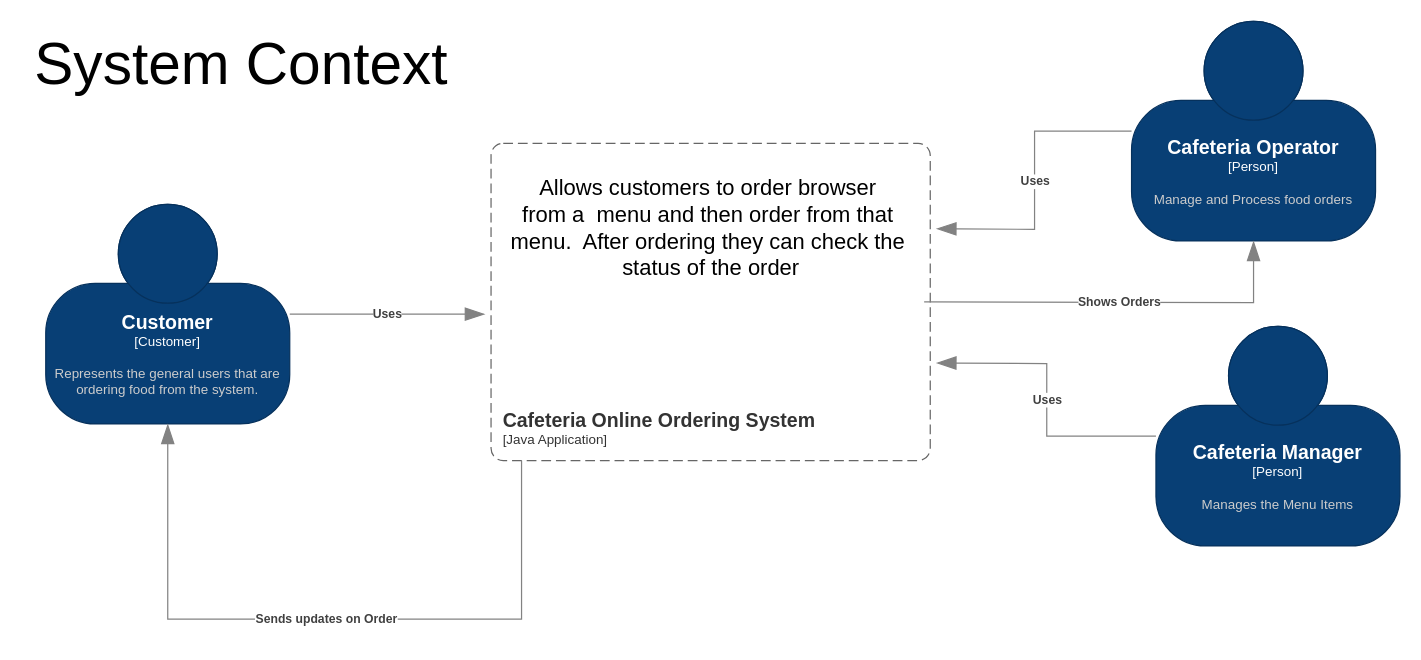
Before: page "Page-1" (1 of 3) of SystemContext.drawio in EstevanPerezASU/PsycheSurfaceDataVR, a draw.io diagram. Source tidied: cells renumbered, new cells numbered last; positions are measured from the earlier drawing's top-left corner, leaving out a move shared by most shapes. Both pictures are drawn from the tidied source at 122%, with x=0, y=0 at pixel (21, 21).
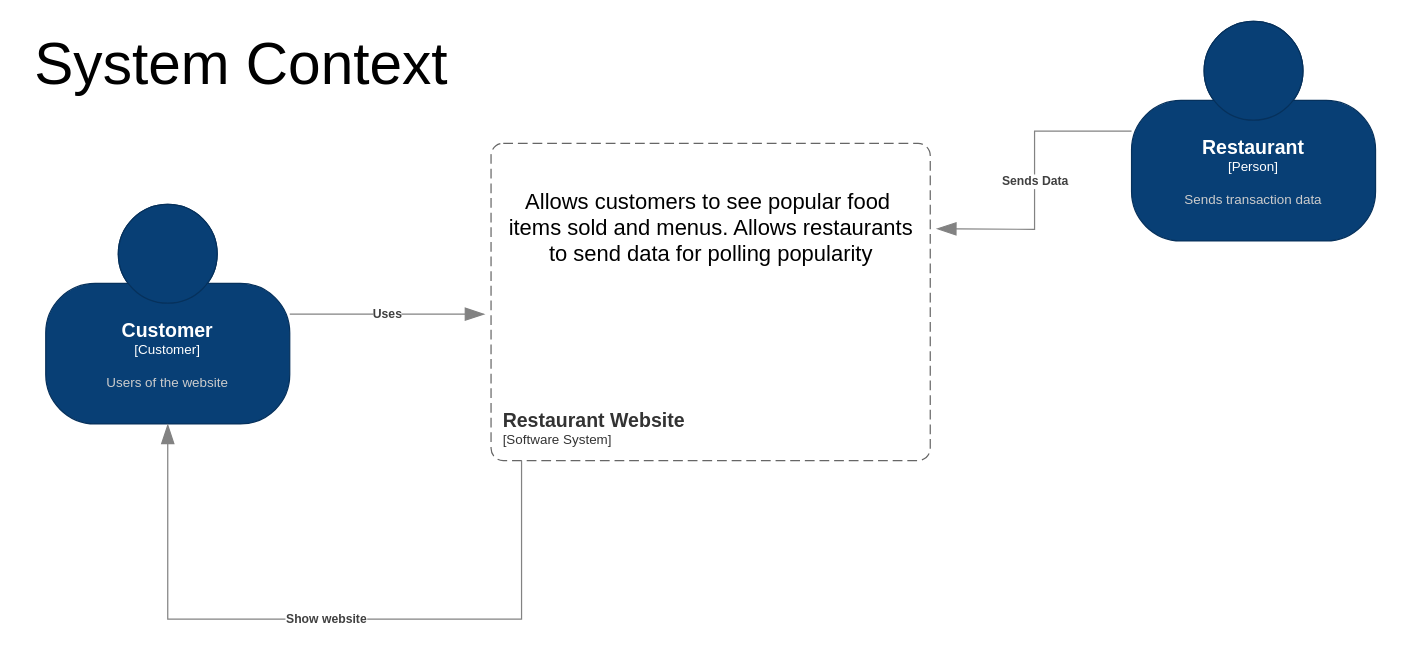
The same page after the edit.

What changed in the source:
```diff
@@
-    <object id="2" label="&lt;font style=&quot;font-size: 16px&quot;&gt;&lt;b&gt;%c4Name%&lt;/b&gt;&lt;/font&gt;&lt;div&gt;[%c4Type%]&lt;/div&gt;&lt;br&gt;&lt;div&gt;&lt;font style=&quot;font-size: 11px&quot;&gt;&lt;font color=&quot;#cccccc&quot;&gt;%c4Description%&lt;/font&gt;&lt;/div&gt;" c4Description="Represents the general users that are ordering food from the system." c4Name="Customer" c4Type="Customer" placeholders="1">
+    <object id="2" label="&lt;font style=&quot;font-size: 16px&quot;&gt;&lt;b&gt;%c4Name%&lt;/b&gt;&lt;/font&gt;&lt;div&gt;[%c4Type%]&lt;/div&gt;&lt;br&gt;&lt;div&gt;&lt;font style=&quot;font-size: 11px&quot;&gt;&lt;font color=&quot;#cccccc&quot;&gt;%c4Description%&lt;/font&gt;&lt;/div&gt;" c4Description="Users of the website" c4Name="Customer" c4Type="Customer" placeholders="1">
       <mxCell style="html=1;fontSize=11;dashed=0;whiteSpace=wrap;fillColor=#083F75;strokeColor=#06315C;fontColor=#ffffff;shape=mxgraph.c4.person2;align=center;points=[[0.5,0,0],[1,0.5,0],[1,0.75,0],[0.75,1,0],[0.5,1,0],[0.25,1,0],[0,0.75,0],[0,0.5,0]];" parent="1" vertex="1">
         <mxGeometry x="20" y="150" width="200" height="180" as="geometry" />
       </mxCell>
     </object>
-    <object id="3" label="&lt;font style=&quot;font-size: 16px&quot;&gt;&lt;b&gt;&lt;div style=&quot;text-align: left&quot;&gt;%c4Name%&lt;/div&gt;&lt;/b&gt;&lt;/font&gt;&lt;div style=&quot;text-align: left&quot;&gt;[%c4Application%]&lt;/div&gt;" c4Application="Java Application" c4Name="Cafeteria Online Ordering System" placeholders="1">
+    <object id="3" label="&lt;font style=&quot;font-size: 16px&quot;&gt;&lt;b&gt;&lt;div style=&quot;text-align: left&quot;&gt;%c4Name%&lt;/div&gt;&lt;/b&gt;&lt;/font&gt;&lt;div style=&quot;text-align: left&quot;&gt;[%c4Application%]&lt;/div&gt;" c4Application="Software System" c4Name="Restaurant Website" placeholders="1">
       <mxCell style="rounded=1;fontSize=11;whiteSpace=wrap;html=1;dashed=1;arcSize=20;fillColor=none;strokeColor=#666666;fontColor=#333333;labelBackgroundColor=none;align=left;verticalAlign=bottom;labelBorderColor=none;spacingTop=0;spacing=10;dashPattern=8 4;perimeter=rectanglePerimeter;noLabel=0;labelPadding=0;absoluteArcSize=1;" parent="1" vertex="1">
         <mxGeometry x="385" y="100" width="360" height="260" as="geometry" />
       </mxCell>
     </object>
@@
-    <object id="5" label="&lt;div style=&quot;text-align: left&quot;&gt;&lt;div style=&quot;text-align: center&quot;&gt;&lt;b&gt;%c4Description%&lt;/b&gt;&lt;/div&gt;" c4Description="Sends updates on Order" placeholders="1">
+    <object id="5" label="&lt;div style=&quot;text-align: left&quot;&gt;&lt;div style=&quot;text-align: center&quot;&gt;&lt;b&gt;%c4Description%&lt;/b&gt;&lt;/div&gt;" c4Description="Show website" placeholders="1">
       <mxCell style="endArrow=blockThin;html=1;fontSize=10;fontColor=#404040;strokeWidth=1;endFill=1;strokeColor=#828282;elbow=vertical;endSize=14;startSize=14;jumpStyle=arc;jumpSize=16;rounded=0;edgeStyle=orthogonalEdgeStyle;entryX=0.5;entryY=1;entryDx=0;entryDy=0;entryPerimeter=0;" parent="1" edge="1" target="2">
         <mxGeometry relative="1" as="geometry">
           <mxPoint x="410" y="360" as="sourcePoint" />
           <Array as="points">
             <mxPoint x="410" y="360" />
             <mxPoint x="410" y="490" />
             <mxPoint x="120" y="490" />
           </Array>
         </mxGeometry>
       </mxCell>
     </object>
@@
-    <mxCell id="7" value="&lt;div&gt;&lt;font style=&quot;font-size: 18px;&quot;&gt;Allows customers to order browser&amp;nbsp;&lt;/font&gt;&lt;/div&gt;&lt;div&gt;&lt;font style=&quot;font-size: 18px;&quot;&gt;from a&amp;nbsp; menu &lt;/font&gt;&lt;font style=&quot;font-size: 18px;&quot;&gt;and then order from that&amp;nbsp;&lt;/font&gt;&lt;/div&gt;&lt;div&gt;&lt;font style=&quot;font-size: 18px;&quot;&gt;menu.&amp;nbsp; After ordering they can &lt;/font&gt;&lt;font style=&quot;font-size: 18px;&quot;&gt;check the&amp;nbsp;&lt;/font&gt;&lt;/div&gt;&lt;div&gt;&lt;font style=&quot;font-size: 18px;&quot;&gt;status of the order&lt;/font&gt;&lt;/div&gt;" style="text;html=1;align=center;verticalAlign=middle;strokeColor=none;fillColor=none;" parent="1" vertex="1">
-      <mxGeometry x="390" y="120" width="350" height="100" as="geometry" />
+    <mxCell id="7" value="&lt;div&gt;&lt;font style=&quot;font-size: 18px;&quot;&gt;Allows customers to see popular food&amp;nbsp;&lt;/font&gt;&lt;/div&gt;&lt;div&gt;&lt;font style=&quot;font-size: 18px;&quot;&gt;items sold and menus. Allows restaurants&lt;/font&gt;&lt;/div&gt;&lt;div&gt;&lt;font style=&quot;font-size: 18px;&quot;&gt;to send data for polling popularity&lt;br&gt;&lt;/font&gt;&lt;/div&gt;" style="text;html=1;align=center;verticalAlign=middle;strokeColor=none;fillColor=none;" parent="1" vertex="1">
+      <mxGeometry x="385" y="130" width="360" height="80" as="geometry" />
     </mxCell>
-    <object id="8" label="&lt;font style=&quot;font-size: 16px&quot;&gt;&lt;b&gt;%c4Name%&lt;/b&gt;&lt;/font&gt;&lt;div&gt;[%c4Type%]&lt;/div&gt;&lt;br&gt;&lt;div&gt;&lt;font style=&quot;font-size: 11px&quot;&gt;&lt;font color=&quot;#cccccc&quot;&gt;%c4Description%&lt;/font&gt;&lt;/div&gt;" c4Description="Manage and Process food orders" c4Name="Cafeteria Operator" c4Type="Person" placeholders="1">
+    <object id="8" label="&lt;font style=&quot;font-size: 16px&quot;&gt;&lt;b&gt;%c4Name%&lt;/b&gt;&lt;/font&gt;&lt;div&gt;[%c4Type%]&lt;/div&gt;&lt;br&gt;&lt;div&gt;&lt;font style=&quot;font-size: 11px&quot;&gt;&lt;font color=&quot;#cccccc&quot;&gt;%c4Description%&lt;/font&gt;&lt;/div&gt;" c4Description="Sends transaction data" c4Name="Restaurant " c4Type="Person" placeholders="1">
       <mxCell style="html=1;fontSize=11;dashed=0;whiteSpace=wrap;fillColor=#083F75;strokeColor=#06315C;fontColor=#ffffff;shape=mxgraph.c4.person2;align=center;points=[[0.5,0,0],[1,0.5,0],[1,0.75,0],[0.75,1,0],[0.5,1,0],[0.25,1,0],[0,0.75,0],[0,0.5,0]];" parent="1" vertex="1">
         <mxGeometry x="910" width="200" height="180" as="geometry" />
       </mxCell>
     </object>
-    <object id="9" label="&lt;font style=&quot;font-size: 16px&quot;&gt;&lt;b&gt;%c4Name%&lt;/b&gt;&lt;/font&gt;&lt;div&gt;[%c4Type%]&lt;/div&gt;&lt;br&gt;&lt;div&gt;&lt;font style=&quot;font-size: 11px&quot;&gt;&lt;font color=&quot;#cccccc&quot;&gt;%c4Description%&lt;/font&gt;&lt;/div&gt;" c4Description="Manages the Menu Items" c4Name="Cafeteria Manager" c4Type="Person" placeholders="1">
-      <mxCell style="html=1;fontSize=11;dashed=0;whiteSpace=wrap;fillColor=#083F75;strokeColor=#06315C;fontColor=#ffffff;shape=mxgraph.c4.person2;align=center;points=[[0.5,0,0],[1,0.5,0],[1,0.75,0],[0.75,1,0],[0.5,1,0],[0.25,1,0],[0,0.75,0],[0,0.5,0]];" parent="1" vertex="1">
-        <mxGeometry x="930" y="250" width="200" height="180" as="geometry" />
-      </mxCell>
-    </object>
-    <object id="10" label="&lt;div style=&quot;text-align: left&quot;&gt;&lt;div style=&quot;text-align: center&quot;&gt;&lt;b&gt;%c4Description%&lt;/b&gt;&lt;/div&gt;" c4Description="Uses" placeholders="1">
+    <object id="10" label="&lt;div style=&quot;text-align: left&quot;&gt;&lt;div style=&quot;text-align: center&quot;&gt;&lt;b&gt;%c4Description%&lt;/b&gt;&lt;/div&gt;" c4Description="Sends Data" placeholders="1">
       <mxCell style="endArrow=blockThin;html=1;fontSize=10;fontColor=#404040;strokeWidth=1;endFill=1;strokeColor=#828282;elbow=vertical;endSize=14;startSize=14;jumpStyle=arc;jumpSize=16;rounded=0;edgeStyle=orthogonalEdgeStyle;" parent="1" edge="1" source="8">
         <mxGeometry relative="1" as="geometry">
           <mxPoint x="750" y="170" as="targetPoint" />
         </mxGeometry>
       </mxCell>
     </object>
-    <object id="11" label="&lt;div style=&quot;text-align: left&quot;&gt;&lt;div style=&quot;text-align: center&quot;&gt;&lt;b&gt;%c4Description%&lt;/b&gt;&lt;/div&gt;" c4Description="Uses" placeholders="1">
-      <mxCell style="endArrow=blockThin;html=1;fontSize=10;fontColor=#404040;strokeWidth=1;endFill=1;strokeColor=#828282;elbow=vertical;endSize=14;startSize=14;jumpStyle=arc;jumpSize=16;rounded=0;edgeStyle=orthogonalEdgeStyle;" parent="1" edge="1" source="9">
-        <mxGeometry relative="1" as="geometry">
-          <mxPoint x="750" y="280" as="targetPoint" />
-        </mxGeometry>
-      </mxCell>
-    </object>
-    <object id="12" label="&lt;div style=&quot;text-align: left&quot;&gt;&lt;div style=&quot;text-align: center&quot;&gt;&lt;b&gt;%c4Description%&lt;/b&gt;&lt;/div&gt;" c4Description="Shows Orders" placeholders="1">
-      <mxCell style="endArrow=blockThin;html=1;fontSize=10;fontColor=#404040;strokeWidth=1;endFill=1;strokeColor=#828282;elbow=vertical;endSize=14;startSize=14;jumpStyle=arc;jumpSize=16;rounded=0;edgeStyle=orthogonalEdgeStyle;" parent="1" edge="1" target="8">
-        <mxGeometry relative="1" as="geometry">
-          <mxPoint x="740" y="230" as="sourcePoint" />
-        </mxGeometry>
-      </mxCell>
-    </object>
```
